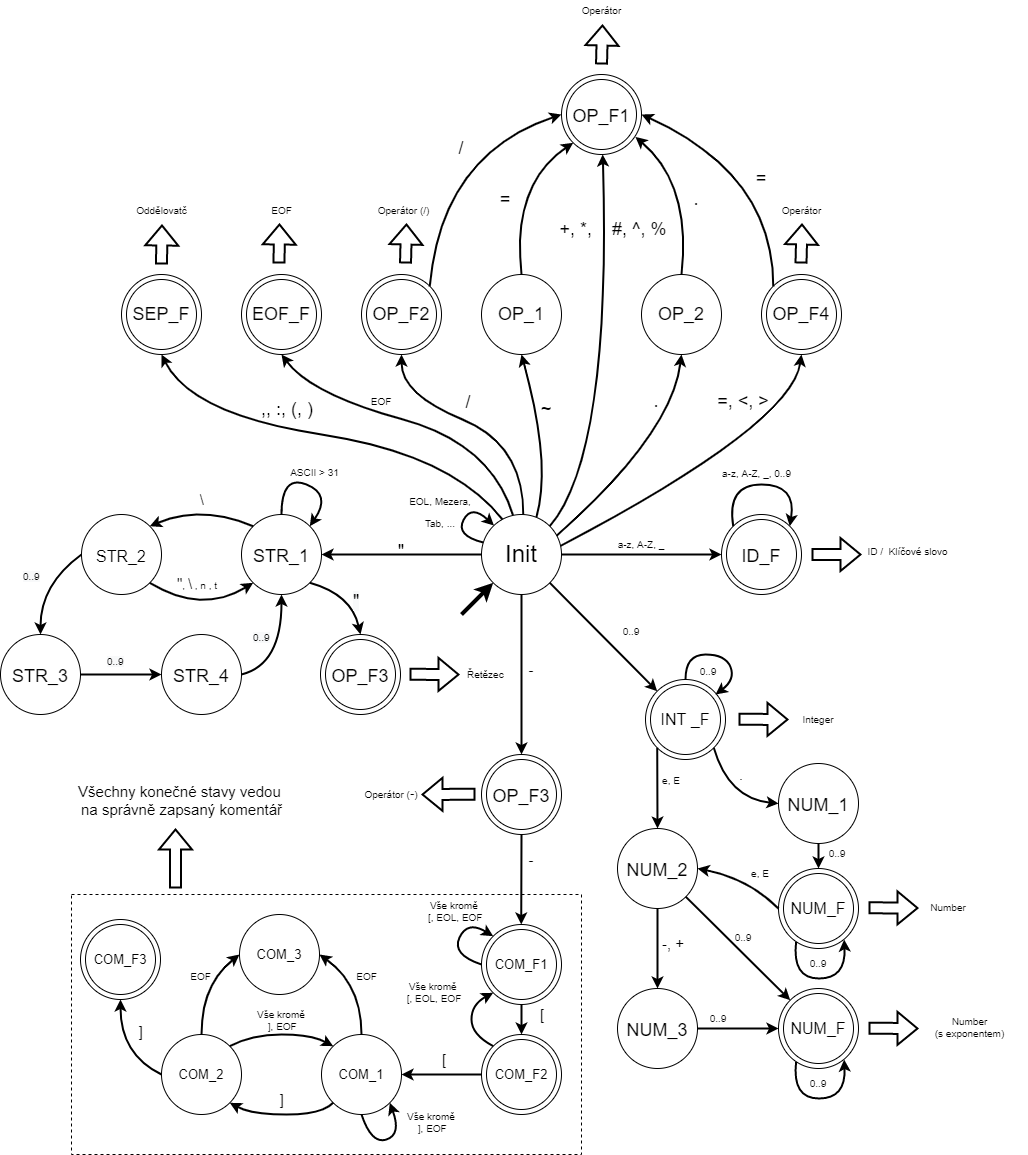
Earlier version of the draw.io export dokumentace/FSM.png (vojone/IFJ21). Source tidied: cells renumbered, new cells last; positions are measured from the earlier drawing's top-left corner, leaving out a move shared by most shapes.
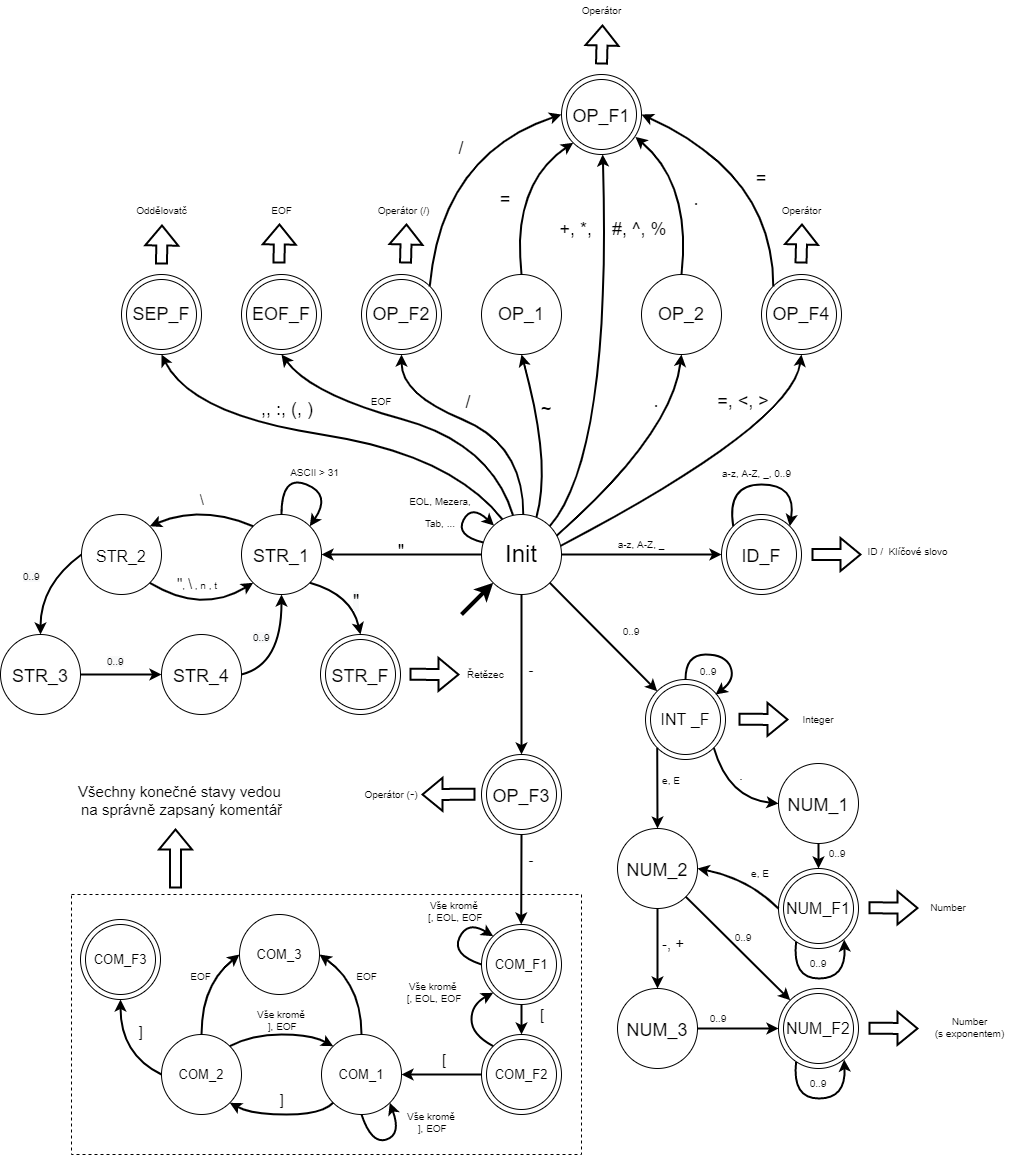
After the change.

Change to the diagram source:
```diff
@@ -147,7 +147,7 @@
     <mxCell id="36" style="ellipse;whiteSpace=wrap;html=1;shadow=0;fontSize=10;strokeColor=#000000;" parent="35" vertex="1">
       <mxGeometry width="80" height="80" as="geometry" />
     </mxCell>
-    <mxCell id="37" value="&lt;font size=&quot;3&quot;&gt;NUM_F&lt;/font&gt;" style="ellipse;whiteSpace=wrap;html=1;shadow=0;fontSize=10;strokeColor=#000000;" parent="35" vertex="1">
+    <mxCell id="37" value="&lt;font size=&quot;3&quot;&gt;NUM_F2&lt;/font&gt;" style="ellipse;whiteSpace=wrap;html=1;shadow=0;fontSize=10;strokeColor=#000000;" parent="35" vertex="1">
       <mxGeometry x="5" y="5" width="70" height="70" as="geometry" />
     </mxCell>
     <mxCell id="38" style="curved=1;endArrow=classic;html=1;rounded=0;fontSize=10;strokeColor=#000000;strokeWidth=2;entryX=0.821;entryY=0.889;entryDx=0;entryDy=0;exitX=0.22;exitY=0.916;exitDx=0;exitDy=0;exitPerimeter=0;entryPerimeter=0;" parent="35" edge="1" source="36" target="36">
@@ -346,7 +346,7 @@
     <mxCell id="89" style="ellipse;whiteSpace=wrap;html=1;shadow=0;fontSize=10;strokeColor=#000000;" parent="88" vertex="1">
       <mxGeometry width="80" height="80" as="geometry" />
     </mxCell>
-    <mxCell id="90" value="&lt;font size=&quot;3&quot;&gt;NUM_F&lt;/font&gt;" style="ellipse;whiteSpace=wrap;html=1;shadow=0;fontSize=10;strokeColor=#000000;" parent="88" vertex="1">
+    <mxCell id="90" value="&lt;font size=&quot;3&quot;&gt;NUM_F1&lt;/font&gt;" style="ellipse;whiteSpace=wrap;html=1;shadow=0;fontSize=10;strokeColor=#000000;" parent="88" vertex="1">
       <mxGeometry x="5" y="5" width="70" height="70" as="geometry" />
     </mxCell>
     <mxCell id="91" style="curved=1;endArrow=classic;html=1;rounded=0;fontSize=10;strokeColor=#000000;strokeWidth=2;entryX=0.821;entryY=0.889;entryDx=0;entryDy=0;exitX=0.22;exitY=0.916;exitDx=0;exitDy=0;exitPerimeter=0;entryPerimeter=0;" parent="88" edge="1" source="89" target="89">
@@ -395,7 +395,7 @@
     <mxCell id="101" value="&lt;span style=&quot;font-size: 18px&quot;&gt;&lt;br&gt;&lt;/span&gt;" style="ellipse;whiteSpace=wrap;html=1;fontSize=24;strokeColor=#000000;align=center;" parent="100" vertex="1">
       <mxGeometry width="80" height="80" as="geometry" />
     </mxCell>
-    <mxCell id="102" value="&lt;div&gt;&lt;span style=&quot;font-size: 18px&quot;&gt;OP_F3&lt;/span&gt;&lt;/div&gt;" style="ellipse;whiteSpace=wrap;html=1;fontSize=24;strokeColor=#000000;align=center;" parent="100" vertex="1">
+    <mxCell id="102" value="&lt;div&gt;&lt;span style=&quot;font-size: 18px&quot;&gt;STR_F&lt;/span&gt;&lt;/div&gt;" style="ellipse;whiteSpace=wrap;html=1;fontSize=24;strokeColor=#000000;align=center;" parent="100" vertex="1">
       <mxGeometry x="5" y="5" width="70" height="70" as="geometry" />
     </mxCell>
     <mxCell id="103" value="&lt;font size=&quot;3&quot;&gt;STR_2&lt;/font&gt;" style="ellipse;whiteSpace=wrap;html=1;fontSize=24;strokeColor=#000000;" parent="1" vertex="1">
```
